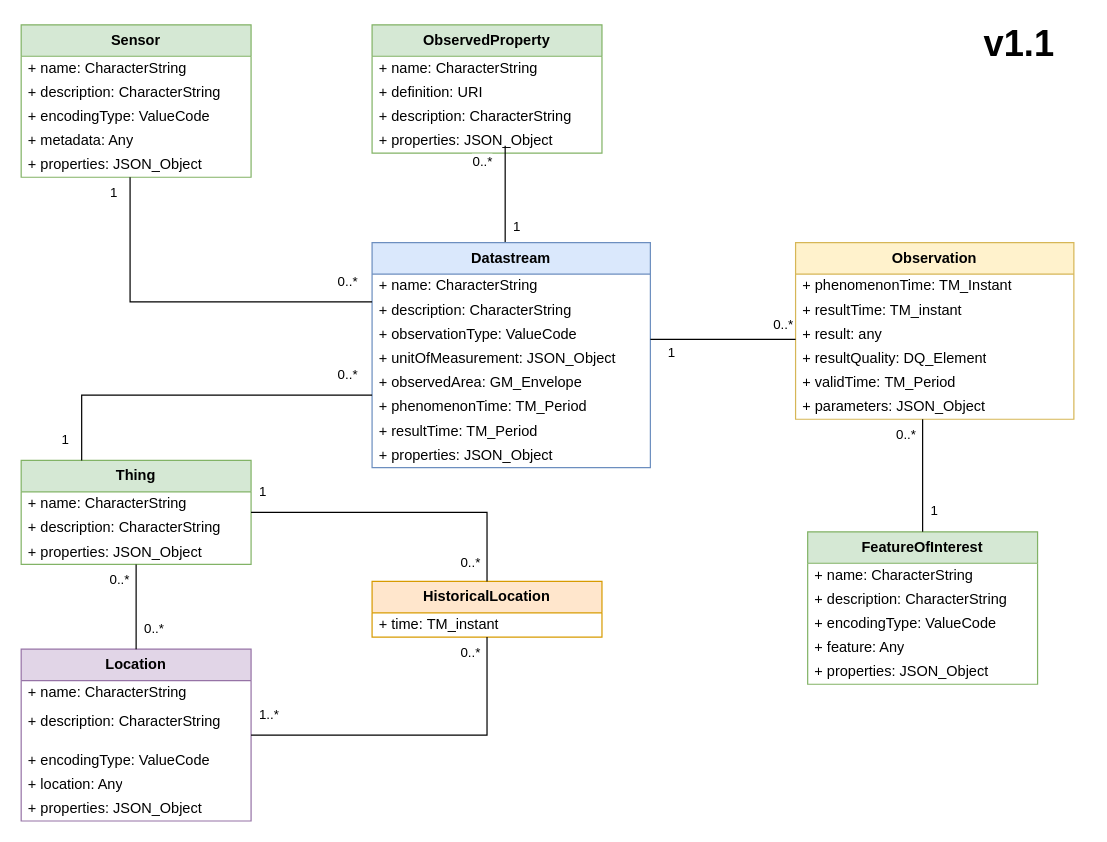
Earlier version of the draw.io diagram modele.drawio (Mario-35/sampleTrace). Source tidied: cells renumbered, new cells numbered last; positions are measured from the earlier drawing's top-left corner, leaving out a move shared by most shapes. Both pictures are drawn from the tidied source at 121%, with x=0, y=0 at pixel (21, 24).
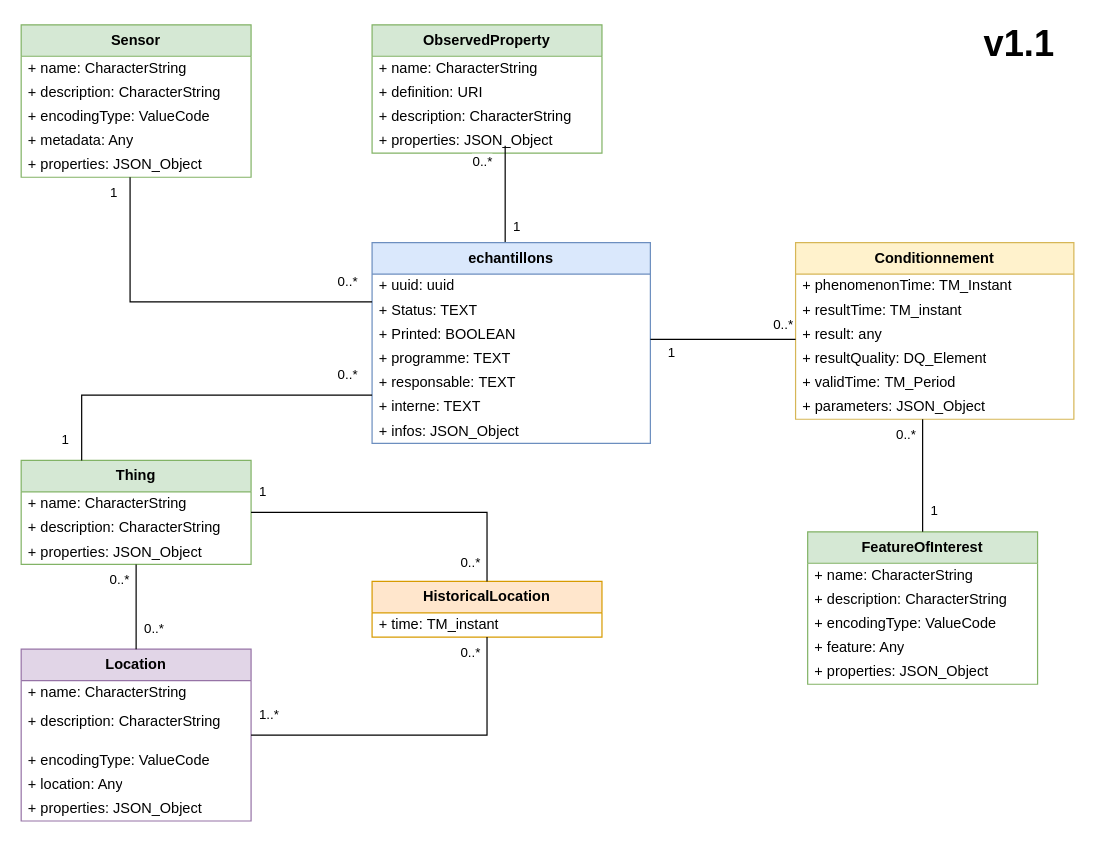
The same page after the edit.

Commit message:
Mettre à jour modele.drawio

Change to the diagram source:
```diff
@@
-    <mxCell id="29" value="&lt;b&gt;Datastream&lt;/b&gt;" style="swimlane;fontStyle=0;horizontal=1;startSize=26;fillColor=#dae8fc;whiteSpace=wrap;html=1;strokeColor=#6c8ebf;" parent="1" vertex="1">
-      <mxGeometry x="290" y="180" width="230" height="186" as="geometry" />
+    <mxCell id="29" value="&lt;b&gt;echantillons&lt;/b&gt;" style="swimlane;fontStyle=0;horizontal=1;startSize=26;fillColor=#dae8fc;whiteSpace=wrap;html=1;strokeColor=#6c8ebf;" parent="1" vertex="1">
+      <mxGeometry x="290" y="180" width="230" height="166" as="geometry" />
     </mxCell>
-    <mxCell id="30" value="+ name:&amp;nbsp;CharacterString" style="text;strokeColor=none;fillColor=none;align=left;verticalAlign=middle;spacingLeft=4;spacingRight=4;overflow=hidden;whiteSpace=wrap;html=1;" parent="29" vertex="1">
+    <mxCell id="30" value="+ uuid: uuid" style="text;strokeColor=none;fillColor=none;align=left;verticalAlign=middle;spacingLeft=4;spacingRight=4;overflow=hidden;whiteSpace=wrap;html=1;" parent="29" vertex="1">
       <mxGeometry y="26" width="230" height="20" as="geometry" />
     </mxCell>
-    <mxCell id="31" value="+ description:&amp;nbsp;CharacterString" style="text;strokeColor=none;fillColor=none;align=left;verticalAlign=middle;spacingLeft=4;spacingRight=4;overflow=hidden;whiteSpace=wrap;html=1;" parent="29" vertex="1">
+    <mxCell id="31" value="+ Status: TEXT" style="text;strokeColor=none;fillColor=none;align=left;verticalAlign=middle;spacingLeft=4;spacingRight=4;overflow=hidden;whiteSpace=wrap;html=1;" parent="29" vertex="1">
       <mxGeometry y="46" width="230" height="20" as="geometry" />
     </mxCell>
-    <mxCell id="32" value="+&amp;nbsp;observationType:&amp;nbsp;ValueCode" style="text;strokeColor=none;fillColor=none;align=left;verticalAlign=middle;spacingLeft=4;spacingRight=4;overflow=hidden;whiteSpace=wrap;html=1;" parent="29" vertex="1">
+    <mxCell id="32" value="+ Printed: BOOLEAN" style="text;strokeColor=none;fillColor=none;align=left;verticalAlign=middle;spacingLeft=4;spacingRight=4;overflow=hidden;whiteSpace=wrap;html=1;" parent="29" vertex="1">
       <mxGeometry y="66" width="230" height="20" as="geometry" />
     </mxCell>
-    <mxCell id="33" value="+ unitOfMeasurement: JSON_Object" style="text;strokeColor=none;fillColor=none;align=left;verticalAlign=middle;spacingLeft=4;spacingRight=4;overflow=hidden;whiteSpace=wrap;html=1;" parent="29" vertex="1">
+    <mxCell id="33" value="+ programme: TEXT" style="text;strokeColor=none;fillColor=none;align=left;verticalAlign=middle;spacingLeft=4;spacingRight=4;overflow=hidden;whiteSpace=wrap;html=1;" parent="29" vertex="1">
       <mxGeometry y="86" width="230" height="20" as="geometry" />
     </mxCell>
-    <mxCell id="34" value="+ observedArea: GM_Envelope" style="text;strokeColor=none;fillColor=none;align=left;verticalAlign=middle;spacingLeft=4;spacingRight=4;overflow=hidden;whiteSpace=wrap;html=1;" parent="29" vertex="1">
+    <mxCell id="34" value="+ responsable:&amp;nbsp;TEXT" style="text;strokeColor=none;fillColor=none;align=left;verticalAlign=middle;spacingLeft=4;spacingRight=4;overflow=hidden;whiteSpace=wrap;html=1;" parent="29" vertex="1">
       <mxGeometry y="106" width="230" height="20" as="geometry" />
     </mxCell>
-    <mxCell id="35" value="+ phenomenonTime: TM_Period" style="text;strokeColor=none;fillColor=none;align=left;verticalAlign=middle;spacingLeft=4;spacingRight=4;overflow=hidden;whiteSpace=wrap;html=1;" parent="29" vertex="1">
+    <mxCell id="35" value="+ interne: TEXT" style="text;strokeColor=none;fillColor=none;align=left;verticalAlign=middle;spacingLeft=4;spacingRight=4;overflow=hidden;whiteSpace=wrap;html=1;" parent="29" vertex="1">
       <mxGeometry y="126" width="230" height="20" as="geometry" />
     </mxCell>
-    <mxCell id="36" value="+&amp;nbsp;resultTime: TM_Period" style="text;strokeColor=none;fillColor=none;align=left;verticalAlign=middle;spacingLeft=4;spacingRight=4;overflow=hidden;whiteSpace=wrap;html=1;" parent="29" vertex="1">
-      <mxGeometry y="146" width="230" height="20" as="geometry" />
-    </mxCell>
-    <mxCell id="37" value="+ properties: JSON_Object" style="text;strokeColor=none;fillColor=none;align=left;verticalAlign=middle;spacingLeft=4;spacingRight=4;overflow=hidden;whiteSpace=wrap;html=1;" parent="29" vertex="1">
-      <mxGeometry y="166" width="230" height="20" as="geometry" />
+    <mxCell id="37" value="+ infos: JSON_Object" style="text;strokeColor=none;fillColor=none;align=left;verticalAlign=middle;spacingLeft=4;spacingRight=4;overflow=hidden;whiteSpace=wrap;html=1;" parent="29" vertex="1">
+      <mxGeometry y="146" width="230" height="20" as="geometry" />
     </mxCell>
-    <mxCell id="38" value="&lt;b&gt;Observation&lt;/b&gt;" style="swimlane;fontStyle=0;horizontal=1;startSize=26;fillColor=#fff2cc;whiteSpace=wrap;html=1;strokeColor=#d6b656;" parent="1" vertex="1">
+    <mxCell id="38" value="&lt;b&gt;Conditionnement&lt;/b&gt;" style="swimlane;fontStyle=0;horizontal=1;startSize=26;fillColor=#fff2cc;whiteSpace=wrap;html=1;strokeColor=#d6b656;" parent="1" vertex="1">
       <mxGeometry x="640" y="180" width="230" height="146" as="geometry" />
     </mxCell>
```
